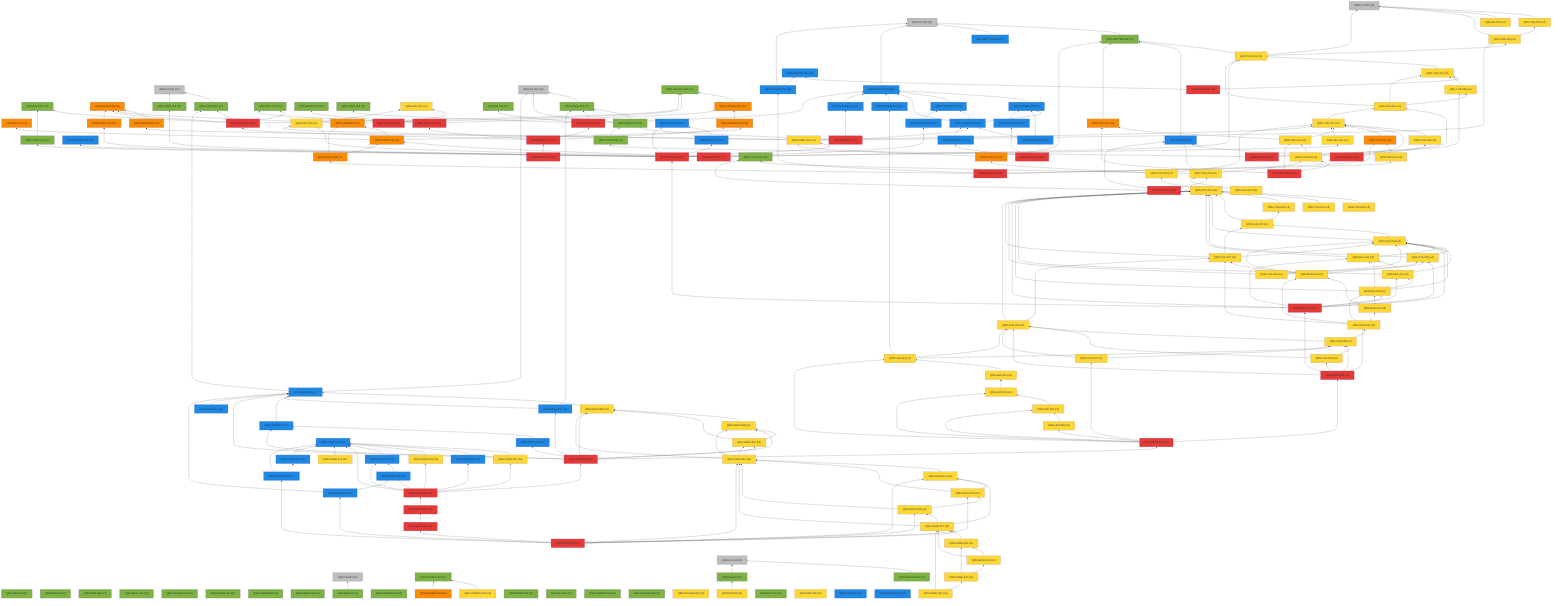
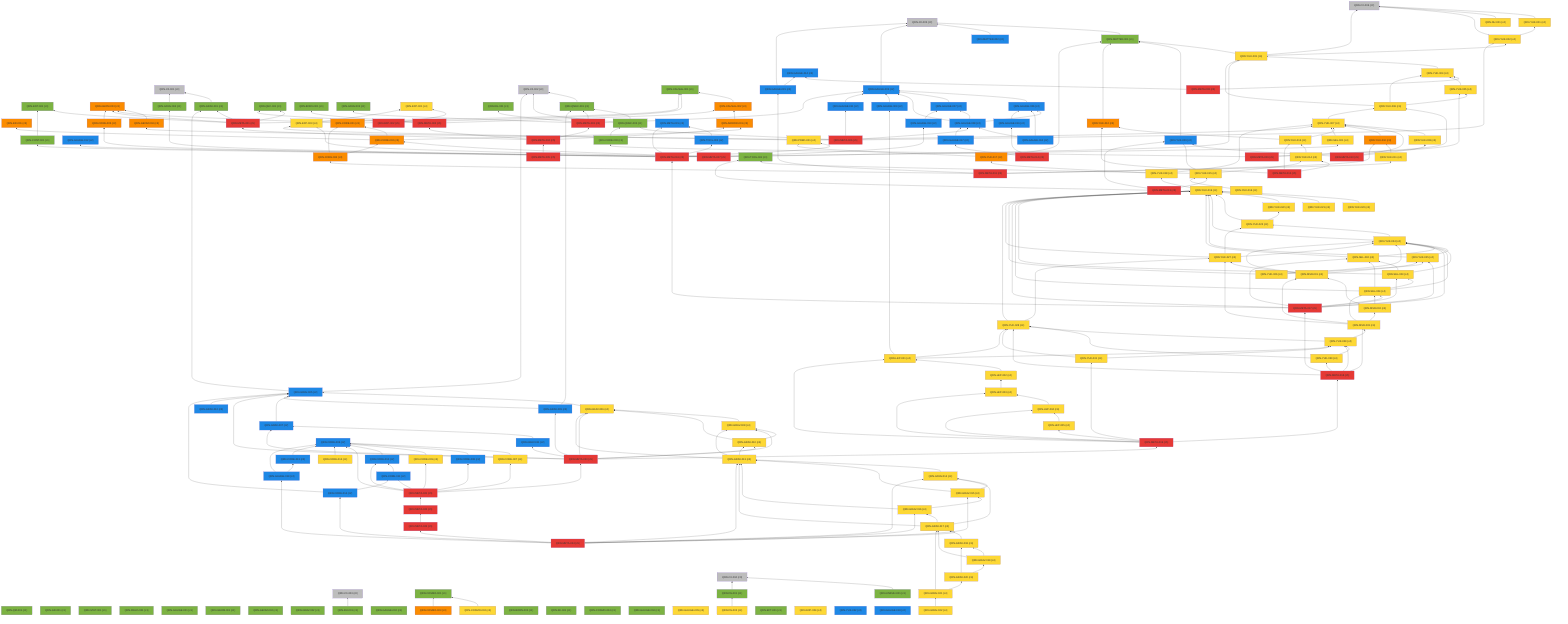
%% 自動生成 (dag/report.pl) — QRN 主張依存グラフ
graph BT
  QRN_C0_001["QRN-C0-001 (c0)"]:::c0
  QRN_C0_002["QRN-C0-002 (c0)"]:::c0
  QRN_C0_003["QRN-C0-003 (c0)"]:::c0
  QRN_C0_004["QRN-C0-004 (c0)"]:::c0
  QRN_C0_005["QRN-C0-005 (c0)"]:::c0
  QRN_C0_006["QRN-C0-006 (c0)"]:::c0
  QRN_QM_001["QRN-QM-001 (c1)"]:::c1
  QRN_GR_001["QRN-GR-001 (c1)"]:::c1
  QRN_STAT_001["QRN-STAT-001 (c1)"]:::c1
  QRN_FIELD_001["QRN-FIELD-001 (c1)"]:::c1
  QRN_GAUGE_001["QRN-GAUGE-001 (c1)"]:::c1
  QRN_ENT_001["QRN-ENT-001 (c1)"]:::c1
  QRN_GEOM_001["QRN-GEOM-001 (c1)"]:::c1
  QRN_GEOM_002["QRN-GEOM-002 (c1)"]:::c1
  QRN_GEOM_003["QRN-GEOM-003 (c3)"]:::c3
  QRN_GRAV_001["QRN-GRAV-001 (c1)"]:::c1
  QRN_GRAV_002["QRN-GRAV-002 (c1)"]:::c1
  QRN_BH_001["QRN-BH-001 (c1)"]:::c1
  QRN_CAUSAL_001["QRN-CAUSAL-001 (c1)"]:::c1
  QRN_CAUSAL_002["QRN-CAUSAL-002 (c3)"]:::c3
  QRN_ER_001["QRN-ER-001 (c3)"]:::c3
  QRN_QEC_001["QRN-QEC-001 (c1)"]:::c1
  QRN_GAUGE_002["QRN-GAUGE-002 (c1)"]:::c1
  QRN_COSMO_001["QRN-COSMO-001 (c1)"]:::c1
  QRN_COSMO_002["QRN-COSMO-002 (c4)"]:::c4
  QRN_COSMO_003["QRN-COSMO-003 (c3)"]:::c3
  QRN_BORN_001["QRN-BORN-001 (c1)"]:::c1
  QRN_BORN_002["QRN-BORN-002 (c1)"]:::c1
  QRN_GRAV_003["QRN-GRAV-003 (c1)"]:::c1
  QRN_KK_001["QRN-KK-001 (c1)"]:::c1
  QRN_MATTER_001["QRN-MATTER-001 (c1)"]:::c1
  QRN_MATTER_002["QRN-MATTER-002 (c2)"]:::c2
  QRN_COSMO_004["QRN-COSMO-004 (c1)"]:::c1
  QRN_EXP_001["QRN-EXP-001 (c4)"]:::c4
  QRN_GAUGE_003["QRN-GAUGE-003 (c2)"]:::c2
  QRN_GAUGE_004["QRN-GAUGE-004 (c1)"]:::c1
  QRN_GAUGE_005["QRN-GAUGE-005 (c4)"]:::c4
  QRN_YUK_001["QRN-YUK-001 (c4)"]:::c4
  QRN_RG_001["QRN-RG-001 (c1)"]:::c1
  QRN_UNRUH_001["QRN-UNRUH-001 (c1)"]:::c1
  QRN_QNEC_001["QRN-QNEC-001 (c1)"]:::c1
  QRN_NU_001["QRN-NU-001 (c4)"]:::c4
  QRN_GAUGE_006["QRN-GAUGE-006 (c2)"]:::c2
  QRN_DS_001["QRN-DS-001 (c1)"]:::c1
  QRN_DS_002["QRN-DS-002 (c4)"]:::c4
  QRN_ARROW_001["QRN-ARROW-001 (c3)"]:::c3
  QRN_GAUGE_007["QRN-GAUGE-007 (c2)"]:::c2
  QRN_EFT_001["QRN-EFT-001 (c1)"]:::c1
  QRN_GAUGE_008["QRN-GAUGE-008 (c2)"]:::c2
  QRN_GAUGE_009["QRN-GAUGE-009 (c2)"]:::c2
  QRN_GAUGE_010["QRN-GAUGE-010 (c2)"]:::c2
  QRN_QNEC_002["QRN-QNEC-002 (c1)"]:::c1
  QRN_GEOM_004["QRN-GEOM-004 (c3)"]:::c3
  QRN_YUK_002["QRN-YUK-002 (c4)"]:::c4
  QRN_EXP_002["QRN-EXP-002 (c5)"]:::c5
  QRN_CORE_001["QRN-CORE-001 (c3)"]:::c3
  QRN_GAUGE_011["QRN-GAUGE-011 (c2)"]:::c2
  QRN_GAUGE_012["QRN-GAUGE-012 (c2)"]:::c2
  QRN_YUK_003["QRN-YUK-003 (c4)"]:::c4
  QRN_EXP_003["QRN-EXP-003 (c4)"]:::c4
  QRN_CORE_002["QRN-CORE-002 (c3)"]:::c3
  QRN_GAUGE_013["QRN-GAUGE-013 (c2)"]:::c2
  QRN_YUK_004["QRN-YUK-004 (c4)"]:::c4
  QRN_GAUGE_014["QRN-GAUGE-014 (c2)"]:::c2
  QRN_META_001["QRN-META-001 (c5)"]:::c5
  QRN_META_002["QRN-META-002 (c5)"]:::c5
  QRN_META_003["QRN-META-003 (c5)"]:::c5
  QRN_META_004["QRN-META-004 (c5)"]:::c5
  QRN_META_005["QRN-META-005 (c5)"]:::c5
  QRN_META_006["QRN-META-006 (c5)"]:::c5
  QRN_META_007["QRN-META-007 (c5)"]:::c5
  QRN_META_008["QRN-META-008 (c5)"]:::c5
  QRN_YUK_005["QRN-YUK-005 (c4)"]:::c4
  QRN_YUK_006["QRN-YUK-006 (c4)"]:::c4
  QRN_CORE_003["QRN-CORE-003 (c1)"]:::c1
  QRN_META_009["QRN-META-009 (c5)"]:::c5
  QRN_YUK_007["QRN-YUK-007 (c4)"]:::c4
  QRN_YUK_008["QRN-YUK-008 (c4)"]:::c4
  QRN_YUK_009["QRN-YUK-009 (c2)"]:::c2
  QRN_META_010["QRN-META-010 (c5)"]:::c5
  QRN_GAUGE_015["QRN-GAUGE-015 (c2)"]:::c2
  QRN_YUK_010["QRN-YUK-010 (c3)"]:::c3
  QRN_YUK_011["QRN-YUK-011 (c4)"]:::c4
  QRN_CORE_004["QRN-CORE-004 (c3)"]:::c3
  QRN_META_011["QRN-META-011 (c5)"]:::c5
  QRN_YUK_012["QRN-YUK-012 (c3)"]:::c3
  QRN_YUK_013["QRN-YUK-013 (c4)"]:::c4
  QRN_YUK_014["QRN-YUK-014 (c4)"]:::c4
  QRN_META_012["QRN-META-012 (c5)"]:::c5
  QRN_TOOL_001["QRN-TOOL-001 (c1)"]:::c1
  QRN_YUK_015["QRN-YUK-015 (c4)"]:::c4
  QRN_META_013["QRN-META-013 (c5)"]:::c5
  QRN_GAUGE_016["QRN-GAUGE-016 (c2)"]:::c2
  QRN_GAUGE_017["QRN-GAUGE-017 (c2)"]:::c2
  QRN_META_014["QRN-META-014 (c5)"]:::c5
  QRN_META_015["QRN-META-015 (c2)"]:::c2
  QRN_TOOL_002["QRN-TOOL-002 (c2)"]:::c2
  QRN_CORE_005["QRN-CORE-005 (c3)"]:::c3
  QRN_CONT_001["QRN-CONT-001 (c1)"]:::c1
  QRN_SEL_001["QRN-SEL-001 (c4)"]:::c4
  QRN_GRAV_004["QRN-GRAV-004 (c1)"]:::c1
  QRN_PRED_001["QRN-PRED-001 (c4)"]:::c4
  QRN_META_016["QRN-META-016 (c5)"]:::c5
  QRN_YUK_016["QRN-YUK-016 (c4)"]:::c4
  QRN_YUK_017["QRN-YUK-017 (c3)"]:::c3
  QRN_YUK_018["QRN-YUK-018 (c4)"]:::c4
  QRN_YUK_019["QRN-YUK-019 (c4)"]:::c4
  QRN_YUK_020["QRN-YUK-020 (c4)"]:::c4
  QRN_YUK_021["QRN-YUK-021 (c4)"]:::c4
  QRN_YUK_022["QRN-YUK-022 (c4)"]:::c4
  QRN_YUK_023["QRN-YUK-023 (c4)"]:::c4
  QRN_YUK_024["QRN-YUK-024 (c4)"]:::c4
  QRN_YUK_025["QRN-YUK-025 (c4)"]:::c4
  QRN_SEL_002["QRN-SEL-002 (c4)"]:::c4
  QRN_SEL_003["QRN-SEL-003 (c4)"]:::c4
  QRN_SEL_004["QRN-SEL-004 (c4)"]:::c4
  QRN_META_017["QRN-META-017 (c5)"]:::c5
  QRN_YUK_026["QRN-YUK-026 (c4)"]:::c4
  QRN_YUK_027["QRN-YUK-027 (c4)"]:::c4
  QRN_MSR_001["QRN-MSR-001 (c4)"]:::c4
  QRN_MSR_002["QRN-MSR-002 (c4)"]:::c4
  QRN_MSR_003["QRN-MSR-003 (c4)"]:::c4
  QRN_YUK_028["QRN-YUK-028 (c4)"]:::c4
  QRN_YUK_029["QRN-YUK-029 (c4)"]:::c4
  QRN_YUK_030["QRN-YUK-030 (c4)"]:::c4
  QRN_META_018["QRN-META-018 (c5)"]:::c5
  QRN_YUK_031["QRN-YUK-031 (c4)"]:::c4
  QRN_LEP_001["QRN-LEP-001 (c4)"]:::c4
  QRN_LEP_002["QRN-LEP-002 (c4)"]:::c4
  QRN_LEP_003["QRN-LEP-003 (c4)"]:::c4
  QRN_LEP_004["QRN-LEP-004 (c4)"]:::c4
  QRN_LEP_005["QRN-LEP-005 (c4)"]:::c4
  QRN_META_019["QRN-META-019 (c5)"]:::c5
  QRN_GRAV_005["QRN-GRAV-005 (c2)"]:::c2
  QRN_GRAV_006["QRN-GRAV-006 (c4)"]:::c4
  QRN_GRAV_007["QRN-GRAV-007 (c2)"]:::c2
  QRN_GRAV_008["QRN-GRAV-008 (c4)"]:::c4
  QRN_GRAV_009["QRN-GRAV-009 (c2)"]:::c2
  QRN_GRAV_010["QRN-GRAV-010 (c4)"]:::c4
  QRN_GRAV_011["QRN-GRAV-011 (c2)"]:::c2
  QRN_META_020["QRN-META-020 (c5)"]:::c5
  QRN_CORE_006["QRN-CORE-006 (c2)"]:::c2
  QRN_CORE_007["QRN-CORE-007 (c4)"]:::c4
  QRN_CORE_008["QRN-CORE-008 (c2)"]:::c2
  QRN_CORE_009["QRN-CORE-009 (c4)"]:::c4
  QRN_CORE_010["QRN-CORE-010 (c2)"]:::c2
  QRN_CORE_011["QRN-CORE-011 (c2)"]:::c2
  QRN_META_021["QRN-META-021 (c5)"]:::c5
  QRN_CORE_012["QRN-CORE-012 (c4)"]:::c4
  QRN_EXP_004["QRN-EXP-004 (c4)"]:::c4
  QRN_CORE_013["QRN-CORE-013 (c2)"]:::c2
  QRN_GRAV_012["QRN-GRAV-012 (c2)"]:::c2
  QRN_YUK_032["QRN-YUK-032 (c2)"]:::c2
  QRN_GAUGE_018["QRN-GAUGE-018 (c2)"]:::c2
  QRN_META_022["QRN-META-022 (c5)"]:::c5
  QRN_META_023["QRN-META-023 (c5)"]:::c5
  QRN_CORE_014["QRN-CORE-014 (c2)"]:::c2
  QRN_GRAV_013["QRN-GRAV-013 (c4)"]:::c4
  QRN_GRAV_014["QRN-GRAV-014 (c4)"]:::c4
  QRN_GRAV_015["QRN-GRAV-015 (c4)"]:::c4
  QRN_GRAV_016["QRN-GRAV-016 (c4)"]:::c4
  QRN_GRAV_017["QRN-GRAV-017 (c4)"]:::c4
  QRN_GAUGE_019["QRN-GAUGE-019 (c2)"]:::c2
  QRN_META_024["QRN-META-024 (c5)"]:::c5
  QRN_GRAV_018["QRN-GRAV-018 (c4)"]:::c4
  QRN_GRAV_019["QRN-GRAV-019 (c4)"]:::c4
  QRN_GRAV_020["QRN-GRAV-020 (c4)"]:::c4
  QRN_GRAV_021["QRN-GRAV-021 (c4)"]:::c4
+   QRN_GRAV_022["QRN-GRAV-022 (c4)"]:::c4
  QRN_GRAV_001 --> QRN_C0_001
  QRN_BH_001 --> QRN_C0_003
  QRN_CAUSAL_002 --> QRN_CAUSAL_001
  QRN_COSMO_002 --> QRN_COSMO_001
  QRN_COSMO_003 --> QRN_COSMO_001
  QRN_MATTER_001 --> QRN_C0_005
  QRN_MATTER_002 --> QRN_C0_005
  QRN_GAUGE_003 --> QRN_C0_005
  QRN_YUK_001 --> QRN_C0_006
  QRN_UNRUH_001 --> QRN_C0_004
  QRN_QNEC_001 --> QRN_C0_002
  QRN_NU_001 --> QRN_C0_006
  QRN_GAUGE_006 --> QRN_GAUGE_003
  QRN_DS_001 --> QRN_C0_004
  QRN_DS_002 --> QRN_DS_001
  QRN_ARROW_001 --> QRN_CAUSAL_002
  QRN_GAUGE_007 --> QRN_GAUGE_003
  QRN_GAUGE_008 --> QRN_GAUGE_003
  QRN_GAUGE_008 --> QRN_GAUGE_006
  QRN_GAUGE_008 --> QRN_GAUGE_007
  QRN_GAUGE_009 --> QRN_GAUGE_003
  QRN_GAUGE_010 --> QRN_GAUGE_006
  QRN_GAUGE_010 --> QRN_GAUGE_008
  QRN_QNEC_002 --> QRN_C0_002
  QRN_QNEC_002 --> QRN_QNEC_001
  QRN_GEOM_004 --> QRN_GEOM_003
  QRN_YUK_002 --> QRN_C0_006
  QRN_YUK_002 --> QRN_YUK_001
  QRN_EXP_002 --> QRN_EXP_001
  QRN_CORE_001 --> QRN_GEOM_003
  QRN_CORE_001 --> QRN_CAUSAL_001
  QRN_GAUGE_011 --> QRN_GAUGE_003
  QRN_YUK_003 --> QRN_C0_006
  QRN_YUK_003 --> QRN_MATTER_001
  QRN_YUK_003 --> QRN_YUK_002
  QRN_EXP_003 --> QRN_EXP_001
  QRN_CORE_002 --> QRN_CORE_001
  QRN_CORE_002 --> QRN_ER_001
  QRN_CORE_002 --> QRN_ARROW_001
  QRN_GAUGE_013 --> QRN_GAUGE_007
  QRN_YUK_004 --> QRN_YUK_003
  QRN_META_001 --> QRN_GEOM_003
  QRN_META_001 --> QRN_GRAV_001
  QRN_META_001 --> QRN_CAUSAL_001
  QRN_META_001 --> QRN_QEC_001
  QRN_META_001 --> QRN_ENT_001
  QRN_META_002 --> QRN_QEC_001
  QRN_META_002 --> QRN_BORN_001
  QRN_META_002 --> QRN_CAUSAL_002
  QRN_META_003 --> QRN_GAUGE_003
  QRN_META_003 --> QRN_RG_001
  QRN_META_003 --> QRN_QNEC_001
  QRN_META_003 --> QRN_GRAV_003
  QRN_META_004 --> QRN_META_001
  QRN_META_004 --> QRN_META_002
  QRN_META_004 --> QRN_META_003
  QRN_META_004 --> QRN_ARROW_001
  QRN_META_005 --> QRN_META_004
  QRN_META_006 --> QRN_GAUGE_008
  QRN_META_006 --> QRN_QNEC_002
  QRN_META_006 --> QRN_GEOM_004
  QRN_META_006 --> QRN_YUK_002
  QRN_META_006 --> QRN_GAUGE_011
  QRN_META_007 --> QRN_GAUGE_012
  QRN_META_007 --> QRN_YUK_003
  QRN_META_007 --> QRN_EXP_003
  QRN_META_007 --> QRN_CORE_002
  QRN_META_007 --> QRN_GAUGE_013
  QRN_META_008 --> QRN_YUK_004
  QRN_META_008 --> QRN_GAUGE_014
  QRN_YUK_005 --> QRN_YUK_004
  QRN_YUK_006 --> QRN_YUK_003
  QRN_YUK_006 --> QRN_YUK_004
  QRN_YUK_006 --> QRN_YUK_005
  QRN_CORE_003 --> QRN_QNEC_002
  QRN_META_009 --> QRN_YUK_005
  QRN_META_009 --> QRN_YUK_006
  QRN_META_009 --> QRN_CORE_003
  QRN_YUK_007 --> QRN_YUK_006
  QRN_YUK_008 --> QRN_YUK_007
  QRN_YUK_009 --> QRN_MATTER_001
  QRN_META_010 --> QRN_YUK_007
  QRN_META_010 --> QRN_YUK_008
  QRN_META_010 --> QRN_YUK_009
  QRN_GAUGE_015 --> QRN_C0_005
  QRN_GAUGE_015 --> QRN_GAUGE_014
  QRN_YUK_010 --> QRN_YUK_007
  QRN_YUK_011 --> QRN_YUK_010
  QRN_CORE_004 --> QRN_CORE_001
  QRN_CORE_004 --> QRN_CORE_002
  QRN_META_011 --> QRN_GAUGE_015
  QRN_META_011 --> QRN_YUK_010
  QRN_META_011 --> QRN_YUK_011
  QRN_META_011 --> QRN_CORE_004
  QRN_YUK_012 --> QRN_MATTER_001
  QRN_YUK_013 --> QRN_YUK_012
  QRN_YUK_013 --> QRN_YUK_007
  QRN_YUK_014 --> QRN_YUK_013
  QRN_META_012 --> QRN_YUK_012
  QRN_META_012 --> QRN_YUK_013
  QRN_META_012 --> QRN_YUK_014
  QRN_YUK_015 --> QRN_YUK_014
  QRN_YUK_015 --> QRN_TOOL_001
  QRN_YUK_015 --> QRN_YUK_009
  QRN_META_013 --> QRN_YUK_015
  QRN_META_013 --> QRN_TOOL_001
  QRN_META_013 --> QRN_YUK_009
  QRN_GAUGE_016 --> QRN_GAUGE_006
  QRN_GAUGE_017 --> QRN_GAUGE_008
  QRN_META_014 --> QRN_GAUGE_016
  QRN_META_014 --> QRN_GAUGE_017
  QRN_TOOL_002 --> QRN_META_015
  QRN_CORE_005 --> QRN_GEOM_003
  QRN_CONT_001 --> QRN_ENT_001
  QRN_SEL_001 --> QRN_YUK_007
  QRN_GRAV_004 --> QRN_C0_001
  QRN_PRED_001 --> QRN_YUK_007
  QRN_PRED_001 --> QRN_EXP_003
  QRN_META_016 --> QRN_META_015
  QRN_META_016 --> QRN_TOOL_002
  QRN_META_016 --> QRN_CORE_005
  QRN_META_016 --> QRN_CONT_001
  QRN_META_016 --> QRN_SEL_001
  QRN_META_016 --> QRN_GRAV_004
  QRN_META_016 --> QRN_PRED_001
  QRN_YUK_016 --> QRN_YUK_015
  QRN_YUK_017 --> QRN_MATTER_001
  QRN_YUK_017 --> QRN_PRED_001
  QRN_YUK_018 --> QRN_YUK_017
  QRN_YUK_018 --> QRN_YUK_007
  QRN_YUK_019 --> QRN_YUK_018
  QRN_YUK_020 --> QRN_YUK_019
  QRN_YUK_021 --> QRN_YUK_019
  QRN_YUK_022 --> QRN_YUK_019
  QRN_YUK_023 --> QRN_YUK_019
  QRN_YUK_023 --> QRN_YUK_022
  QRN_YUK_024 --> QRN_YUK_019
  QRN_YUK_024 --> QRN_YUK_023
  QRN_YUK_025 --> QRN_YUK_019
  QRN_YUK_025 --> QRN_YUK_024
  QRN_SEL_002 --> QRN_YUK_019
  QRN_SEL_002 --> QRN_YUK_024
  QRN_SEL_003 --> QRN_YUK_019
  QRN_SEL_003 --> QRN_YUK_024
  QRN_SEL_003 --> QRN_SEL_002
  QRN_SEL_004 --> QRN_YUK_019
  QRN_SEL_004 --> QRN_YUK_024
  QRN_SEL_004 --> QRN_SEL_002
  QRN_SEL_004 --> QRN_SEL_003
  QRN_META_017 --> QRN_META_016
  QRN_META_017 --> QRN_YUK_019
  QRN_META_017 --> QRN_YUK_024
  QRN_META_017 --> QRN_YUK_025
  QRN_META_017 --> QRN_SEL_002
  QRN_META_017 --> QRN_SEL_003
  QRN_META_017 --> QRN_SEL_004
  QRN_YUK_026 --> QRN_YUK_019
  QRN_YUK_026 --> QRN_YUK_024
  QRN_YUK_026 --> QRN_YUK_025
  QRN_YUK_027 --> QRN_YUK_019
  QRN_YUK_027 --> QRN_YUK_023
  QRN_YUK_027 --> QRN_YUK_024
  QRN_MSR_001 --> QRN_YUK_024
  QRN_MSR_001 --> QRN_YUK_025
  QRN_MSR_001 --> QRN_YUK_027
  QRN_MSR_002 --> QRN_SEL_004
  QRN_MSR_002 --> QRN_MSR_001
  QRN_MSR_003 --> QRN_MSR_001
  QRN_MSR_003 --> QRN_MSR_002
  QRN_MSR_003 --> QRN_SEL_004
  QRN_MSR_003 --> QRN_YUK_027
  QRN_YUK_028 --> QRN_YUK_019
  QRN_YUK_028 --> QRN_YUK_027
  QRN_YUK_029 --> QRN_YUK_028
  QRN_YUK_029 --> QRN_MSR_003
  QRN_YUK_030 --> QRN_YUK_028
  QRN_YUK_030 --> QRN_YUK_029
  QRN_META_018 --> QRN_META_017
  QRN_META_018 --> QRN_MSR_003
  QRN_META_018 --> QRN_YUK_028
  QRN_META_018 --> QRN_YUK_029
  QRN_META_018 --> QRN_YUK_030
  QRN_YUK_031 --> QRN_YUK_028
  QRN_YUK_031 --> QRN_YUK_029
  QRN_LEP_001 --> QRN_YUK_028
  QRN_LEP_001 --> QRN_YUK_029
  QRN_LEP_001 --> QRN_GAUGE_009
  QRN_LEP_002 --> QRN_LEP_001
  QRN_LEP_003 --> QRN_LEP_002
  QRN_LEP_004 --> QRN_LEP_003
  QRN_LEP_005 --> QRN_LEP_004
  QRN_META_019 --> QRN_META_018
  QRN_META_019 --> QRN_YUK_031
  QRN_META_019 --> QRN_LEP_001
  QRN_META_019 --> QRN_LEP_003
  QRN_META_019 --> QRN_LEP_004
  QRN_META_019 --> QRN_LEP_005
  QRN_GRAV_005 --> QRN_C0_002
  QRN_GRAV_005 --> QRN_GRAV_001
  QRN_GRAV_006 --> QRN_GRAV_005
  QRN_GRAV_007 --> QRN_GRAV_005
  QRN_GRAV_008 --> QRN_GRAV_006
  QRN_GRAV_009 --> QRN_GRAV_005
  QRN_GRAV_009 --> QRN_QNEC_001
  QRN_GRAV_010 --> QRN_GRAV_006
  QRN_GRAV_010 --> QRN_GRAV_008
  QRN_GRAV_011 --> QRN_GRAV_007
  QRN_META_020 --> QRN_META_019
  QRN_META_020 --> QRN_GRAV_005
  QRN_META_020 --> QRN_GRAV_006
  QRN_META_020 --> QRN_GRAV_007
  QRN_META_020 --> QRN_GRAV_008
  QRN_META_020 --> QRN_GRAV_009
  QRN_META_020 --> QRN_GRAV_010
  QRN_META_020 --> QRN_GRAV_011
  QRN_CORE_007 --> QRN_CORE_006
  QRN_CORE_008 --> QRN_CORE_006
  QRN_CORE_009 --> QRN_CORE_006
  QRN_CORE_010 --> QRN_CORE_006
  QRN_CORE_011 --> QRN_CORE_010
  QRN_META_021 --> QRN_META_020
  QRN_META_021 --> QRN_CORE_006
  QRN_META_021 --> QRN_CORE_007
  QRN_META_021 --> QRN_CORE_008
  QRN_META_021 --> QRN_CORE_009
  QRN_META_021 --> QRN_CORE_010
  QRN_META_021 --> QRN_CORE_011
  QRN_CORE_012 --> QRN_CORE_006
  QRN_CORE_013 --> QRN_CORE_006
  QRN_GRAV_012 --> QRN_GRAV_005
  QRN_META_022 --> QRN_META_021
  QRN_META_023 --> QRN_META_022
  QRN_CORE_014 --> QRN_CORE_011
  QRN_CORE_014 --> QRN_GRAV_005
  QRN_GRAV_013 --> QRN_GRAV_006
  QRN_GRAV_013 --> QRN_GRAV_008
  QRN_GRAV_013 --> QRN_GRAV_010
  QRN_GRAV_014 --> QRN_GRAV_013
  QRN_GRAV_015 --> QRN_GRAV_013
  QRN_GRAV_015 --> QRN_GRAV_014
  QRN_GRAV_016 --> QRN_GRAV_013
  QRN_GRAV_016 --> QRN_GRAV_015
  QRN_GRAV_017 --> QRN_GRAV_013
  QRN_GRAV_017 --> QRN_GRAV_014
  QRN_GRAV_017 --> QRN_GRAV_016
  QRN_GAUGE_019 --> QRN_CORE_006
  QRN_GAUGE_019 --> QRN_CORE_013
  QRN_META_024 --> QRN_CORE_014
  QRN_META_024 --> QRN_GRAV_013
  QRN_META_024 --> QRN_GRAV_014
  QRN_META_024 --> QRN_GRAV_015
  QRN_META_024 --> QRN_GRAV_016
  QRN_META_024 --> QRN_GRAV_017
  QRN_META_024 --> QRN_GAUGE_019
  QRN_META_024 --> QRN_META_023
  QRN_GRAV_018 --> QRN_GRAV_017
  QRN_GRAV_019 --> QRN_GRAV_017
  QRN_GRAV_019 --> QRN_GRAV_018
  QRN_GRAV_020 --> QRN_GRAV_018
  QRN_GRAV_020 --> QRN_GRAV_019
  QRN_GRAV_021 --> QRN_GRAV_017
  QRN_GRAV_021 --> QRN_GRAV_020
+   QRN_GRAV_022 --> QRN_GRAV_021
  classDef c0 fill:#bdbdbd
  classDef c1 fill:#7cb342
  classDef c2 fill:#1e88e5
  classDef c3 fill:#fb8c00
  classDef c4 fill:#fdd835
  classDef c5 fill:#e53935
